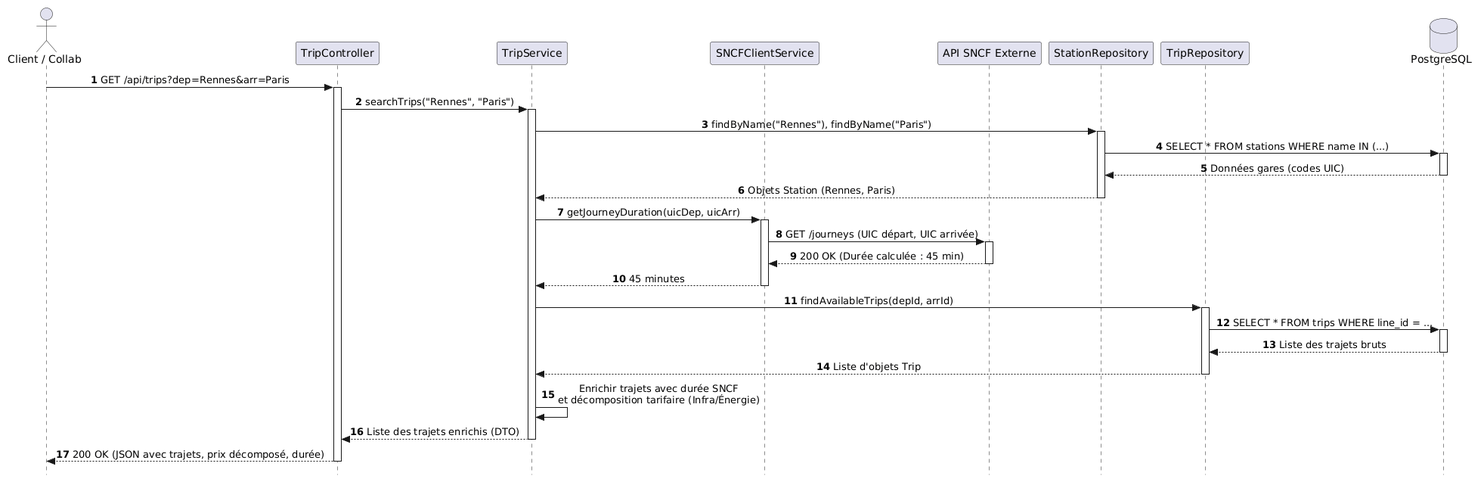
The PlantUML diagram doc/Diagramme séquence.png in Jonasvh2005/ensai-it-project-2a-team-18-, before a commit. The source it was exported from:
```plantuml
@startuml
autonumber
skinparam style strictuml
skinparam sequenceMessageAlign center

actor "Client / Collab" as Client
participant "TripController" as Ctrl
participant "TripService" as Service
participant "SNCFClientService" as SNCFService
participant "API SNCF Externe" as API_SNCF
participant "StationRepository" as StationDAO
participant "TripRepository" as TripDAO
database "PostgreSQL" as BDD

Client -> Ctrl : GET /api/trips?dep=Rennes&arr=Paris
activate Ctrl

  Ctrl -> Service : searchTrips("Rennes", "Paris")
  activate Service

    Service -> StationDAO : findByName("Rennes"), findByName("Paris")
    activate StationDAO
    StationDAO -> BDD : SELECT * FROM stations WHERE name IN (...)
    activate BDD
    BDD --> StationDAO : Données gares (codes UIC)
    deactivate BDD
    StationDAO --> Service : Objets Station (Rennes, Paris)
    deactivate StationDAO

    Service -> SNCFService : getJourneyDuration(uicDep, uicArr)
    activate SNCFService
      SNCFService -> API_SNCF : GET /journeys (UIC départ, UIC arrivée)
      activate API_SNCF
      API_SNCF --> SNCFService : 200 OK (Durée calculée : 45 min)
      deactivate API_SNCF
    SNCFService --> Service : 45 minutes
    deactivate SNCFService

    Service -> TripDAO : findAvailableTrips(depId, arrId)
    activate TripDAO
      TripDAO -> BDD : SELECT * FROM trips WHERE line_id = ...
      activate BDD
      BDD --> TripDAO : Liste des trajets bruts
      deactivate BDD
    TripDAO --> Service : Liste d'objets Trip
    deactivate TripDAO

    Service -> Service : Enrichir trajets avec durée SNCF\net décomposition tarifaire (Infra/Énergie)

  Service --> Ctrl : Liste des trajets enrichis (DTO)
  deactivate Service

Ctrl --> Client : 200 OK (JSON avec trajets, prix décomposé, durée)
deactivate Ctrl
@enduml
```
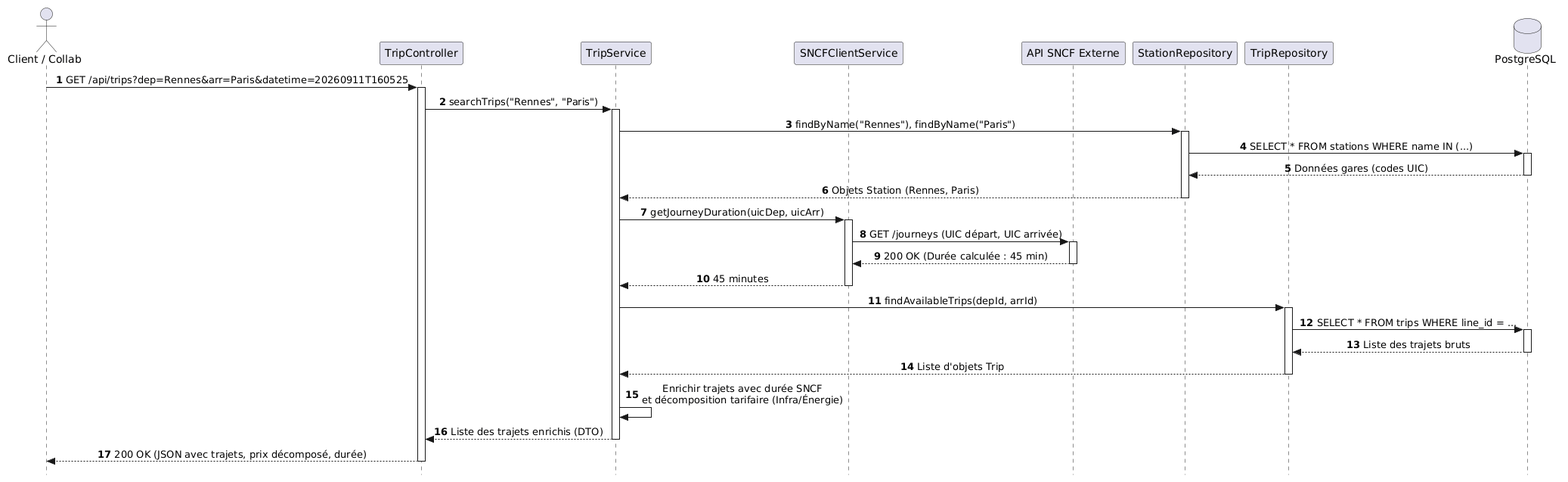
The same file after the commit.

Commit message:
Ajout du bon diagramme de séquence

What changed in the source:
```diff
@@ -12,7 +12,7 @@
 participant "TripRepository" as TripDAO
 database "PostgreSQL" as BDD
 
-Client -> Ctrl : GET /api/trips?dep=Rennes&arr=Paris
+Client -> Ctrl : GET /api/trips?dep=Rennes&arr=Paris&datetime=20260911T160525
 activate Ctrl
 
   Ctrl -> Service : searchTrips("Rennes", "Paris")
```
